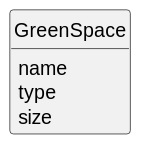
The PlantUML diagram docs/sprintC/us020/02.analysis/svg/us020-domain-model.svg in ricardomm7/leaflink, before a commit. Its diagram source:
```plantuml
@startuml
skinparam monochrome true
skinparam packageStyle rectangle
skinparam shadowing false


skinparam classAttributeIconSize 0

hide circle
hide methods


class GreenSpace {
name
type
size
}
@enduml
```
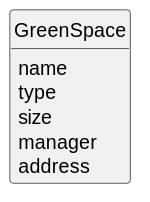
The same diagram one commit later.

Commit message:
Address variable added when registering a green space. #124

Diff of the diagram source:
```diff
@@ -14,5 +14,7 @@
 name
 type
 size
+manager
+address
 }
 @enduml
```
